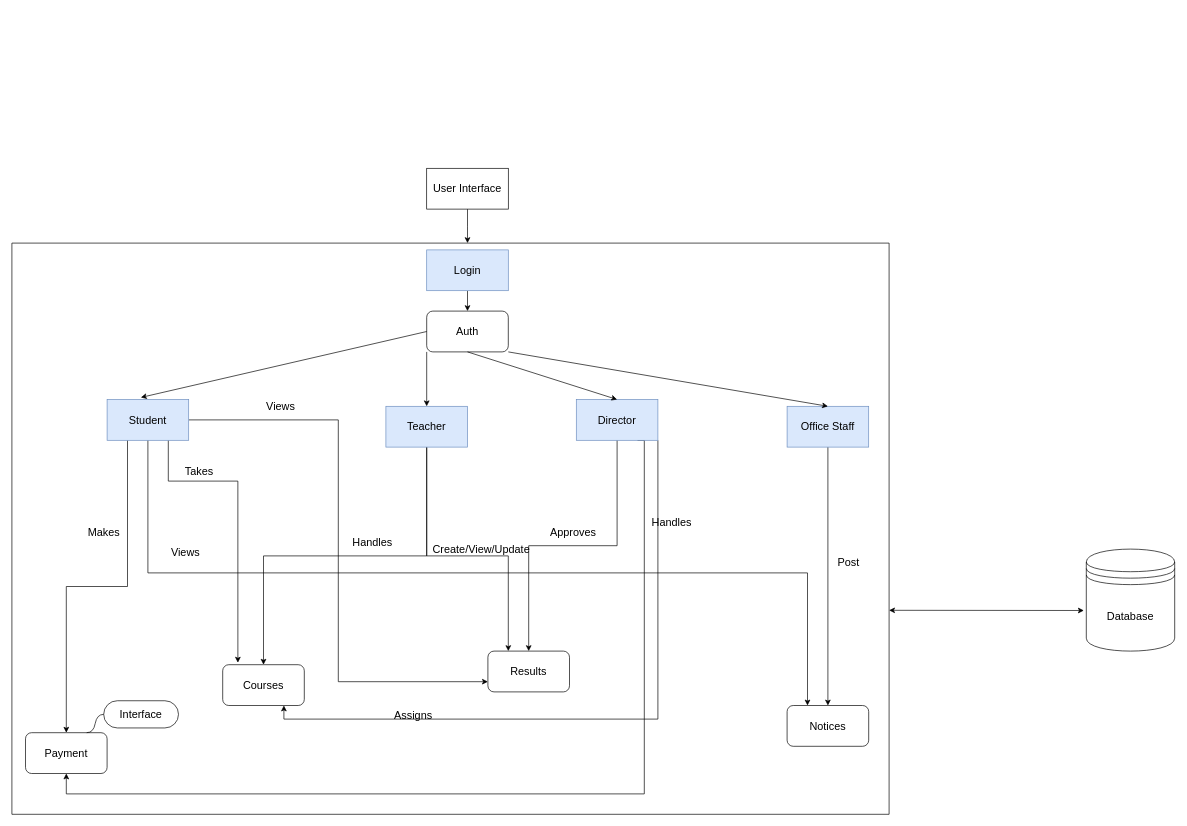
Earlier version of the draw.io diagram Untitled Diagram.drawio (nityanandmathur/IIITG-Portal). Source tidied: cells renumbered, new cells numbered last; positions are measured from the earlier drawing's top-left corner, leaving out a move shared by most shapes. Both pictures are drawn from the tidied source at 68%, with x=0, y=0 at pixel (12, 168).
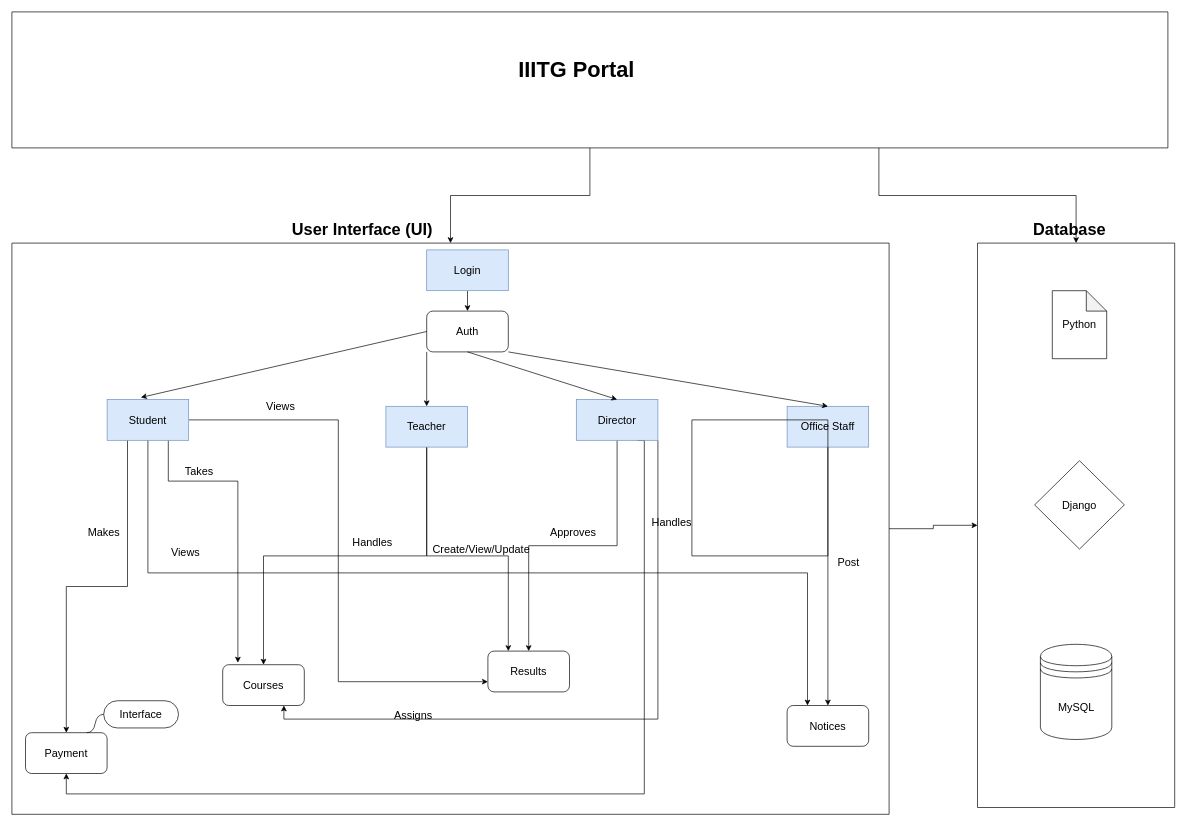
The same page after the edit.

The change refers to these unchanged cells:
```xml
<mxCell id="39" style="swimlane;startSize=0;fontSize=16;" parent="1" vertex="1">
  <mxGeometry y="110" width="1290" height="840" as="geometry" />
</mxCell>
```

What changed in the source:
```diff
@@
+    <mxCell id="44" style="edgeStyle=orthogonalEdgeStyle;rounded=0;jettySize=auto;html=1;exitX=1;exitY=0.5;exitDx=0;exitDy=0;entryX=0;entryY=0.5;entryDx=0;entryDy=0;fontSize=16;" parent="1" edge="1" source="39" target="46">
+      <mxGeometry relative="1" as="geometry" />
+    </mxCell>
@@
+    <mxCell id="45" style="swimlane;startSize=0;fontSize=16;" parent="1" vertex="1">
+      <mxGeometry x="1000" y="370" width="200" height="200" as="geometry" />
+    </mxCell>
+    <mxCell id="46" style="swimlane;startSize=0;fontSize=16;" parent="1" vertex="1">
+      <mxGeometry x="1420" y="110" width="290" height="830" as="geometry" />
+    </mxCell>
+    <mxCell id="47" value="MySQL" style="shape=datastore;whiteSpace=wrap;html=1;fontSize=16;" parent="46" vertex="1">
+      <mxGeometry x="92.5" y="590" width="105" height="140" as="geometry" />
+    </mxCell>
+    <mxCell id="48" value="Python" style="shape=note;whiteSpace=wrap;html=1;backgroundOutline=1;darkOpacity=0.05;fontSize=16;" parent="46" vertex="1">
+      <mxGeometry x="110" y="70" width="80" height="100" as="geometry" />
+    </mxCell>
+    <mxCell id="49" value="Django" style="rhombus;whiteSpace=wrap;html=1;fontSize=16;" parent="46" vertex="1">
+      <mxGeometry x="84" y="320" width="132" height="130" as="geometry" />
+    </mxCell>
+    <mxCell id="50" style="edgeStyle=orthogonalEdgeStyle;rounded=0;jettySize=auto;html=1;exitX=0.5;exitY=1;exitDx=0;exitDy=0;fontSize=16;" parent="1" edge="1" source="52" target="39">
+      <mxGeometry relative="1" as="geometry" />
+    </mxCell>
+    <mxCell id="51" style="edgeStyle=orthogonalEdgeStyle;rounded=0;jettySize=auto;html=1;exitX=0.75;exitY=1;exitDx=0;exitDy=0;entryX=0.5;entryY=0;entryDx=0;entryDy=0;fontSize=16;" parent="1" edge="1" source="52" target="46">
+      <mxGeometry relative="1" as="geometry" />
+    </mxCell>
+    <mxCell id="52" style="swimlane;startSize=0;fontSize=16;" parent="1" vertex="1">
+      <mxGeometry y="-230" width="1700" height="200" as="geometry" />
+    </mxCell>
+    <mxCell id="53" value="&lt;h1&gt;IIITG Portal&lt;/h1&gt;" style="text;html=1;align=center;verticalAlign=middle;strokeColor=none;fillColor=none;fontSize=16;" parent="52" vertex="1">
+      <mxGeometry x="735" y="40" width="190" height="90" as="geometry" />
+    </mxCell>
+    <mxCell id="54" value="&lt;h2&gt;User Interface (UI)&lt;/h2&gt;" style="text;html=1;align=center;verticalAlign=middle;strokeColor=none;fillColor=none;fontSize=16;" parent="1" vertex="1">
+      <mxGeometry x="400" y="50" width="230" height="80" as="geometry" />
+    </mxCell>
-    <mxCell id="40" value="Database" style="shape=datastore;whiteSpace=wrap;html=1;fontSize=16;" parent="1" vertex="1">
-      <mxGeometry x="1580" y="560" width="130" height="150" as="geometry" />
+    <mxCell id="40" value="&lt;h2&gt;Database&lt;/h2&gt;" style="text;html=1;align=center;verticalAlign=middle;points=[];strokeColor=none;fillColor=none;fontSize=16;" parent="1" vertex="1">
+      <mxGeometry x="1490" y="50" width="130" height="80" as="geometry" />
     </mxCell>
-    <mxCell id="41" style="endArrow=classic;startArrow=classic;html=1;rounded=0;fontSize=16;entryX=-0.028;entryY=0.602;entryDx=0;entryDy=0;entryPerimeter=0;" parent="1" edge="1" target="40">
-      <mxGeometry relative="1" as="geometry">
-        <mxPoint x="1290" y="650" as="sourcePoint" />
-      </mxGeometry>
-    </mxCell>
-    <mxCell id="42" style="edgeStyle=orthogonalEdgeStyle;rounded=0;jettySize=auto;html=1;exitX=0.5;exitY=1;exitDx=0;exitDy=0;fontSize=16;" parent="1" edge="1" source="43">
-      <mxGeometry relative="1" as="geometry">
-        <mxPoint x="670" y="110" as="targetPoint" />
-      </mxGeometry>
-    </mxCell>
-    <mxCell id="43" value="User Interface" style="rounded=0;whiteSpace=wrap;html=1;fontSize=16;" parent="1" vertex="1">
-      <mxGeometry x="610" width="120" height="60" as="geometry" />
-    </mxCell>
```
